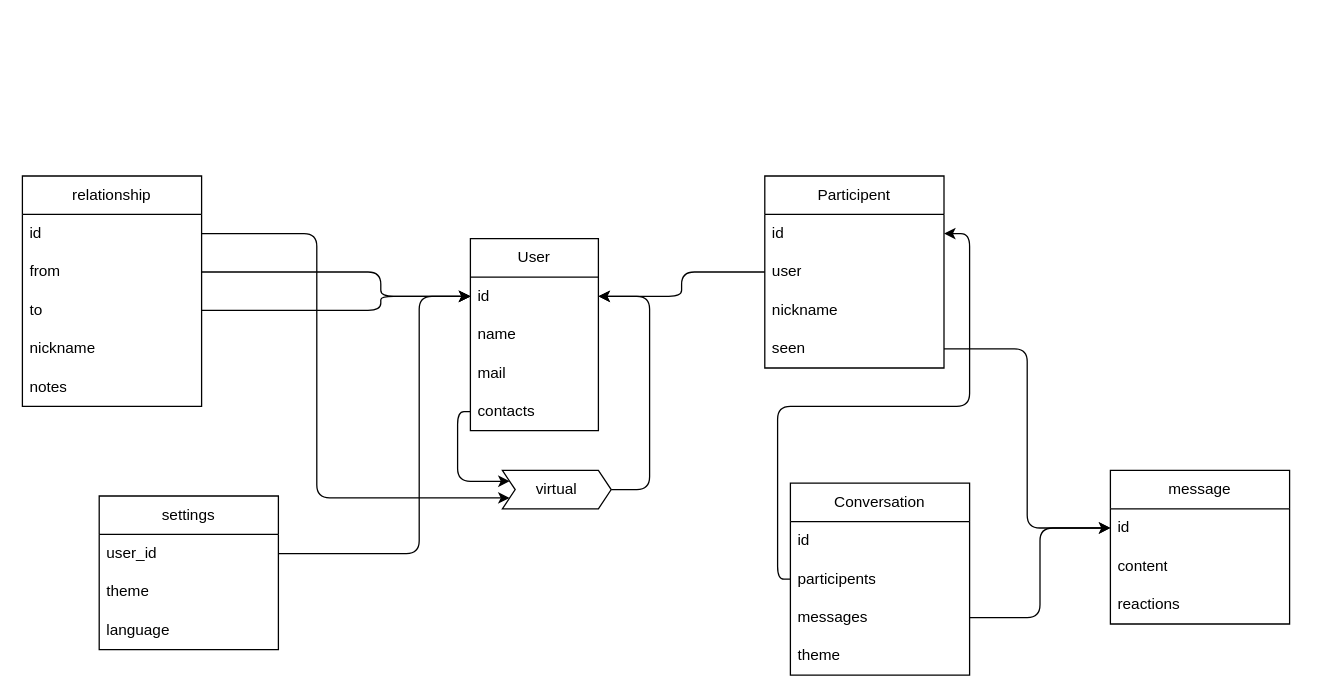
Before: server/docs/wholedb.dio in GameBear64/AmberCamp, a draw.io diagram. Source tidied: cells renumbered, new cells numbered last; positions are measured from the earlier drawing's top-left corner, leaving out a move shared by most shapes. Both pictures are drawn from the tidied source at 128%, with x=0, y=0 at pixel (22, 175).
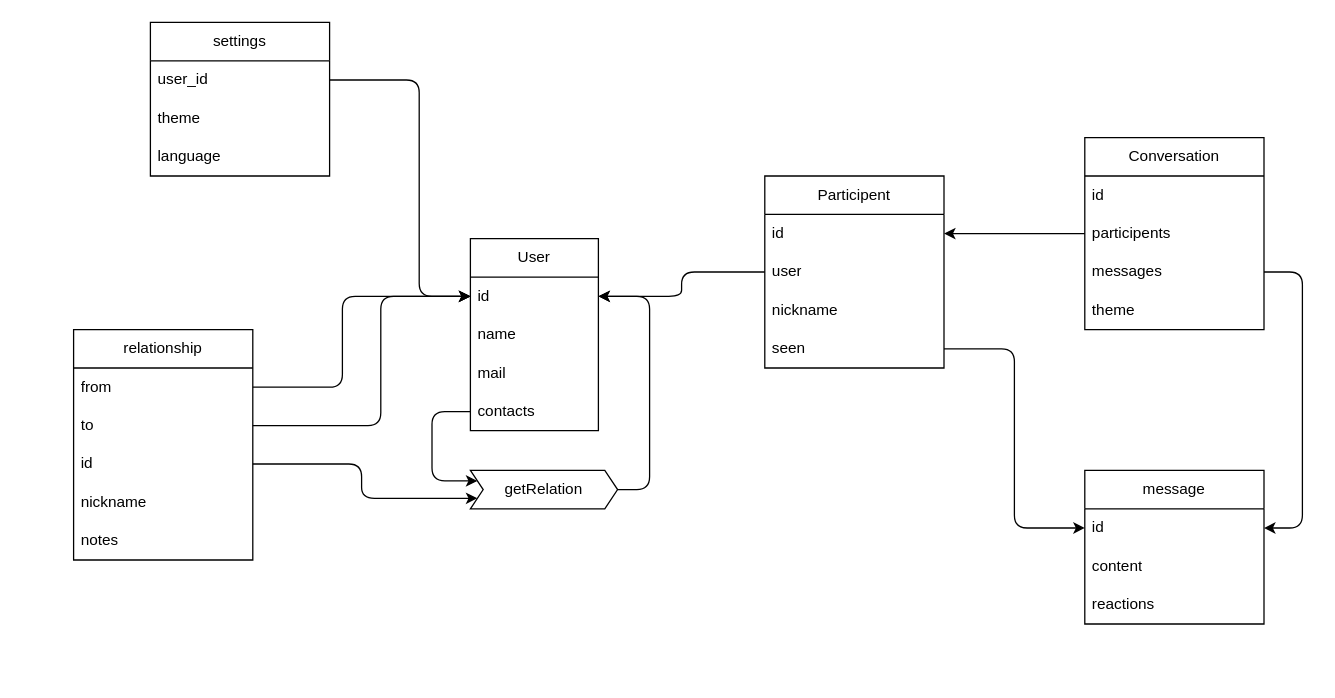
The same diagram, later.

The change refers to these unchanged cells:
```xml
<mxCell id="3" value="id" style="text;strokeColor=none;fillColor=none;align=left;verticalAlign=middle;spacingLeft=4;spacingRight=4;overflow=hidden;points=[[0,0.5],[1,0.5]];portConstraint=eastwest;whiteSpace=wrap;html=1;" parent="2" vertex="1">
  <mxGeometry y="30" width="100" height="30" as="geometry" />
</mxCell>
<mxCell id="6" value="contacts" style="text;strokeColor=none;fillColor=none;align=left;verticalAlign=middle;spacingLeft=4;spacingRight=4;overflow=hidden;points=[[0,0.5],[1,0.5]];portConstraint=eastwest;whiteSpace=wrap;html=1;rounded=0;" parent="2" vertex="1">
  <mxGeometry y="120" width="100" height="30" as="geometry" />
</mxCell>
<mxCell id="8" value="user_id" style="text;strokeColor=none;fillColor=none;align=left;verticalAlign=middle;spacingLeft=4;spacingRight=4;overflow=hidden;points=[[0,0.5],[1,0.5]];portConstraint=eastwest;whiteSpace=wrap;html=1;rounded=0;" parent="7" vertex="1">
  <mxGeometry y="30" width="140" height="30" as="geometry" />
</mxCell>
<mxCell id="13" value="participents" style="text;strokeColor=none;fillColor=none;align=left;verticalAlign=middle;spacingLeft=4;spacingRight=4;overflow=hidden;points=[[0,0.5],[1,0.5]];portConstraint=eastwest;whiteSpace=wrap;html=1;rounded=0;" parent="11" vertex="1">
  <mxGeometry y="60" width="140" height="30" as="geometry" />
</mxCell>
<mxCell id="14" value="messages" style="text;strokeColor=none;fillColor=none;align=left;verticalAlign=middle;spacingLeft=4;spacingRight=4;overflow=hidden;points=[[0,0.5],[1,0.5]];portConstraint=eastwest;whiteSpace=wrap;html=1;rounded=0;" parent="11" vertex="1">
  <mxGeometry y="90" width="140" height="30" as="geometry" />
</mxCell>
<mxCell id="17" value="id" style="text;strokeColor=none;fillColor=none;align=left;verticalAlign=middle;spacingLeft=4;spacingRight=4;overflow=hidden;points=[[0,0.5],[1,0.5]];portConstraint=eastwest;whiteSpace=wrap;html=1;rounded=0;" parent="16" vertex="1">
  <mxGeometry y="30" width="140" height="30" as="geometry" />
</mxCell>
<mxCell id="34" value="id" style="text;strokeColor=none;fillColor=none;align=left;verticalAlign=middle;spacingLeft=4;spacingRight=4;overflow=hidden;points=[[0,0.5],[1,0.5]];portConstraint=eastwest;whiteSpace=wrap;html=1;" parent="33" vertex="1">
  <mxGeometry y="30" width="140" height="30" as="geometry" />
</mxCell>
```

Change to the diagram source:
```diff
@@
     <mxCell id="7" value="settings" style="swimlane;fontStyle=0;horizontal=1;startSize=30;whiteSpace=wrap;html=1;rounded=0;" parent="1" vertex="1">
-      <mxGeometry x="60" y="250" width="140" height="120" as="geometry" />
+      <mxGeometry x="100" y="-120" width="140" height="120" as="geometry" />
     </mxCell>
@@
     <mxCell id="11" value="Conversation" style="swimlane;fontStyle=0;horizontal=1;startSize=30;whiteSpace=wrap;html=1;rounded=0;" parent="1" vertex="1">
-      <mxGeometry x="600" y="240" width="140" height="150" as="geometry" />
+      <mxGeometry x="830" y="-30" width="140" height="150" as="geometry" />
     </mxCell>
@@
     <mxCell id="16" value="message" style="swimlane;fontStyle=0;horizontal=1;startSize=30;whiteSpace=wrap;html=1;rounded=0;" parent="1" vertex="1">
-      <mxGeometry x="850" y="230" width="140" height="120" as="geometry" />
+      <mxGeometry x="830" y="230" width="140" height="120" as="geometry" />
     </mxCell>
@@
     <mxCell id="20" value="relationship" style="swimlane;fontStyle=0;horizontal=1;startSize=30;whiteSpace=wrap;html=1;rounded=0;" parent="1" vertex="1">
-      <mxGeometry width="140" height="180" as="geometry" />
+      <mxGeometry x="40" y="120" width="140" height="180" as="geometry" />
     </mxCell>
-    <mxCell id="21" value="id" style="text;strokeColor=none;fillColor=none;align=left;verticalAlign=middle;spacingLeft=4;spacingRight=4;overflow=hidden;points=[[0,0.5],[1,0.5]];portConstraint=eastwest;whiteSpace=wrap;html=1;rounded=0;" parent="20" vertex="1">
-      <mxGeometry y="30" width="140" height="30" as="geometry" />
-    </mxCell>
     <mxCell id="22" value="from" style="text;strokeColor=none;fillColor=none;align=left;verticalAlign=middle;spacingLeft=4;spacingRight=4;overflow=hidden;points=[[0,0.5],[1,0.5]];portConstraint=eastwest;whiteSpace=wrap;html=1;rounded=0;" parent="20" vertex="1">
-      <mxGeometry y="60" width="140" height="30" as="geometry" />
+      <mxGeometry y="30" width="140" height="30" as="geometry" />
     </mxCell>
     <mxCell id="23" value="to" style="text;strokeColor=none;fillColor=none;align=left;verticalAlign=middle;spacingLeft=4;spacingRight=4;overflow=hidden;points=[[0,0.5],[1,0.5]];portConstraint=eastwest;whiteSpace=wrap;html=1;rounded=0;" parent="20" vertex="1">
-      <mxGeometry y="90" width="140" height="30" as="geometry" />
+      <mxGeometry y="60" width="140" height="30" as="geometry" />
     </mxCell>
+    <mxCell id="21" value="id" style="text;strokeColor=none;fillColor=none;align=left;verticalAlign=middle;spacingLeft=4;spacingRight=4;overflow=hidden;points=[[0,0.5],[1,0.5]];portConstraint=eastwest;whiteSpace=wrap;html=1;rounded=0;" parent="20" vertex="1">
+      <mxGeometry y="90" width="140" height="30" as="geometry" />
+    </mxCell>
@@
     <mxCell id="26" style="edgeStyle=orthogonalEdgeStyle;rounded=1;html=1;exitX=1;exitY=0.5;exitDx=0;exitDy=0;entryX=0;entryY=0.5;entryDx=0;entryDy=0;" parent="1" edge="1" source="22" target="3">
       <mxGeometry relative="1" as="geometry">
         <Array as="points">
-          <mxPoint x="280" y="75" />
-          <mxPoint x="280" y="94" />
+          <mxPoint x="250" y="165" />
+          <mxPoint x="250" y="94" />
         </Array>
       </mxGeometry>
     </mxCell>
     <mxCell id="27" style="edgeStyle=orthogonalEdgeStyle;rounded=1;html=1;exitX=1;exitY=0.5;exitDx=0;exitDy=0;entryX=0;entryY=0.5;entryDx=0;entryDy=0;" parent="1" edge="1" source="23" target="3">
       <mxGeometry relative="1" as="geometry">
         <Array as="points">
-          <mxPoint x="280" y="105" />
+          <mxPoint x="280" y="195" />
           <mxPoint x="280" y="94" />
         </Array>
       </mxGeometry>
     </mxCell>
-    <mxCell id="28" style="edgeStyle=orthogonalEdgeStyle;rounded=1;html=1;exitX=1;exitY=0.5;exitDx=0;exitDy=0;entryX=0;entryY=0.5;entryDx=0;entryDy=0;" parent="1" edge="1" source="8" target="3">
-      <mxGeometry relative="1" as="geometry">
-        <Array as="points">
-          <mxPoint x="310" y="295" />
-          <mxPoint x="310" y="94" />
-        </Array>
-      </mxGeometry>
-    </mxCell>
@@
-    <mxCell id="30" value="virtual" style="shape=step;perimeter=stepPerimeter;whiteSpace=wrap;html=1;fixedSize=1;rounded=0;size=10;" parent="1" vertex="1">
-      <mxGeometry x="375" y="230" width="85" height="30" as="geometry" />
+    <mxCell id="30" value="getRelation" style="shape=step;perimeter=stepPerimeter;whiteSpace=wrap;html=1;fixedSize=1;rounded=0;size=10;" parent="1" vertex="1">
+      <mxGeometry x="350" y="230" width="115" height="30" as="geometry" />
     </mxCell>
-    <mxCell id="31" style="edgeStyle=orthogonalEdgeStyle;rounded=1;html=1;exitX=0;exitY=0.5;exitDx=0;exitDy=0;entryX=0;entryY=0.25;entryDx=0;entryDy=0;" parent="1" edge="1" source="6" target="30">
-      <mxGeometry relative="1" as="geometry">
-        <Array as="points">
-          <mxPoint x="340" y="184" />
-          <mxPoint x="340" y="239" />
-          <mxPoint x="381" y="239" />
-        </Array>
-      </mxGeometry>
-    </mxCell>
-    <mxCell id="32" style="edgeStyle=orthogonalEdgeStyle;rounded=1;html=1;exitX=1;exitY=0.5;exitDx=0;exitDy=0;entryX=0;entryY=0.75;entryDx=0;entryDy=0;" parent="1" edge="1" source="21" target="30">
-      <mxGeometry relative="1" as="geometry">
-        <Array as="points">
-          <mxPoint x="230" y="45" />
-          <mxPoint x="230" y="252" />
-        </Array>
-      </mxGeometry>
-    </mxCell>
@@
-    <mxCell id="38" style="edgeStyle=orthogonalEdgeStyle;html=1;exitX=1;exitY=0.5;exitDx=0;exitDy=0;entryX=0;entryY=0.5;entryDx=0;entryDy=0;" parent="1" edge="1" source="14" target="17">
-      <mxGeometry relative="1" as="geometry" />
-    </mxCell>
-    <mxCell id="39" style="edgeStyle=orthogonalEdgeStyle;html=1;exitX=0;exitY=0.5;exitDx=0;exitDy=0;entryX=1;entryY=0.5;entryDx=0;entryDy=0;" parent="1" edge="1" source="13" target="34">
-      <mxGeometry relative="1" as="geometry">
-        <Array as="points">
-          <mxPoint x="590" y="315" />
-          <mxPoint x="590" y="180" />
-          <mxPoint x="740" y="180" />
-          <mxPoint x="740" y="45" />
-        </Array>
-      </mxGeometry>
-    </mxCell>
@@
+    <mxCell id="28" style="edgeStyle=orthogonalEdgeStyle;html=1;exitX=1;exitY=0.5;exitDx=0;exitDy=0;entryX=0;entryY=0.5;entryDx=0;entryDy=0;" parent="1" edge="1" source="8" target="3">
+      <mxGeometry relative="1" as="geometry">
+        <Array as="points">
+          <mxPoint x="310" y="-75" />
+          <mxPoint x="310" y="94" />
+        </Array>
+      </mxGeometry>
+    </mxCell>
+    <mxCell id="32" style="edgeStyle=orthogonalEdgeStyle;html=1;exitX=1;exitY=0.5;exitDx=0;exitDy=0;entryX=0;entryY=0.75;entryDx=0;entryDy=0;" parent="1" edge="1" source="21" target="30">
+      <mxGeometry relative="1" as="geometry" />
+    </mxCell>
+    <mxCell id="31" style="edgeStyle=orthogonalEdgeStyle;html=1;exitX=0;exitY=0.5;exitDx=0;exitDy=0;entryX=0;entryY=0.25;entryDx=0;entryDy=0;" parent="1" edge="1" source="6" target="30">
+      <mxGeometry relative="1" as="geometry">
+        <Array as="points">
+          <mxPoint x="320" y="184" />
+          <mxPoint x="320" y="238" />
+        </Array>
+      </mxGeometry>
+    </mxCell>
+    <mxCell id="39" style="edgeStyle=orthogonalEdgeStyle;html=1;exitX=0;exitY=0.5;exitDx=0;exitDy=0;entryX=1;entryY=0.5;entryDx=0;entryDy=0;" parent="1" edge="1" source="13" target="34">
+      <mxGeometry relative="1" as="geometry" />
+    </mxCell>
+    <mxCell id="38" style="edgeStyle=orthogonalEdgeStyle;html=1;exitX=1;exitY=0.5;exitDx=0;exitDy=0;entryX=1;entryY=0.5;entryDx=0;entryDy=0;" parent="1" edge="1" source="14" target="17">
+      <mxGeometry relative="1" as="geometry">
+        <Array as="points">
+          <mxPoint x="1000" y="75" />
+          <mxPoint x="1000" y="275" />
+        </Array>
+      </mxGeometry>
+    </mxCell>
```
